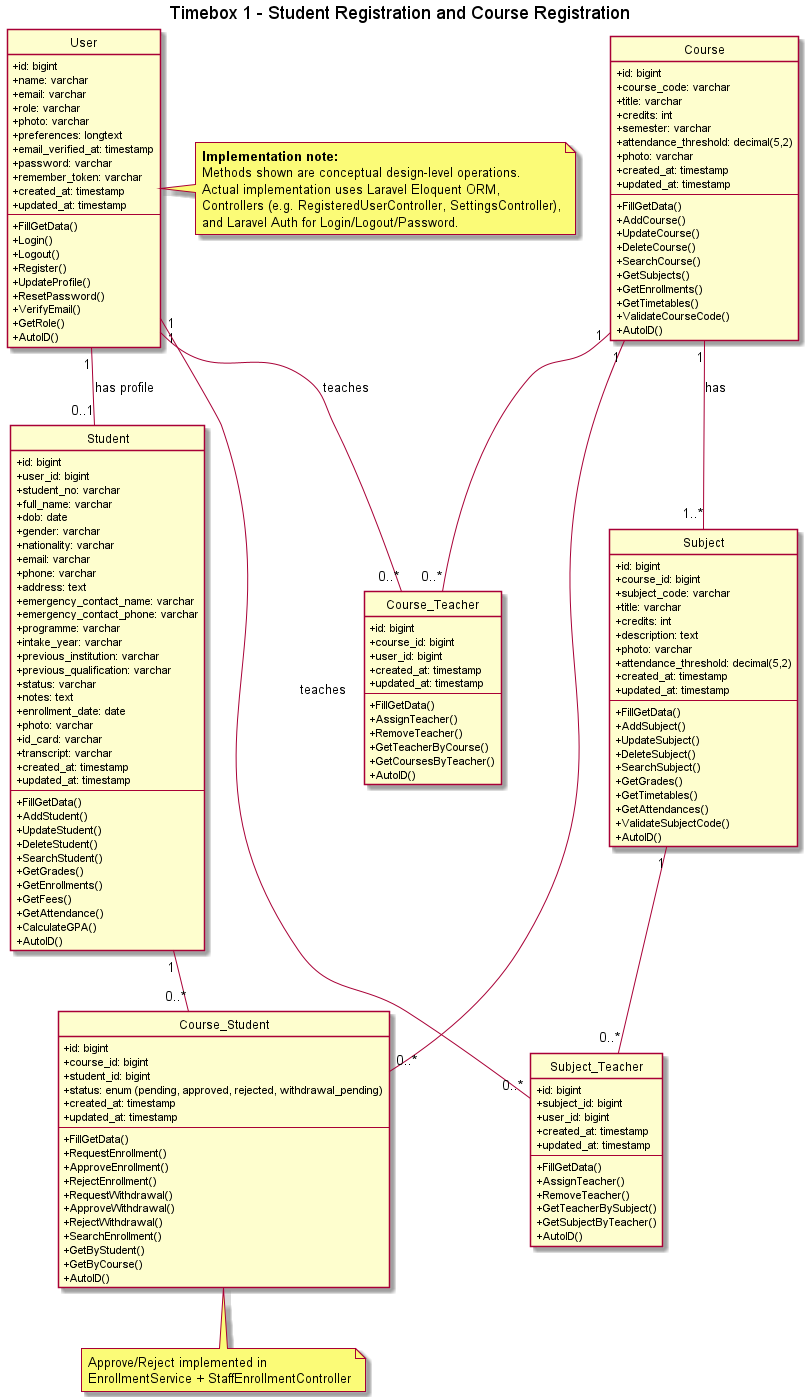
Above: out/class_diagram/Timebox1_Class/Timebox1_Class.png in KyawMyoHtay1/academic-portal (PlantUML), before the change.
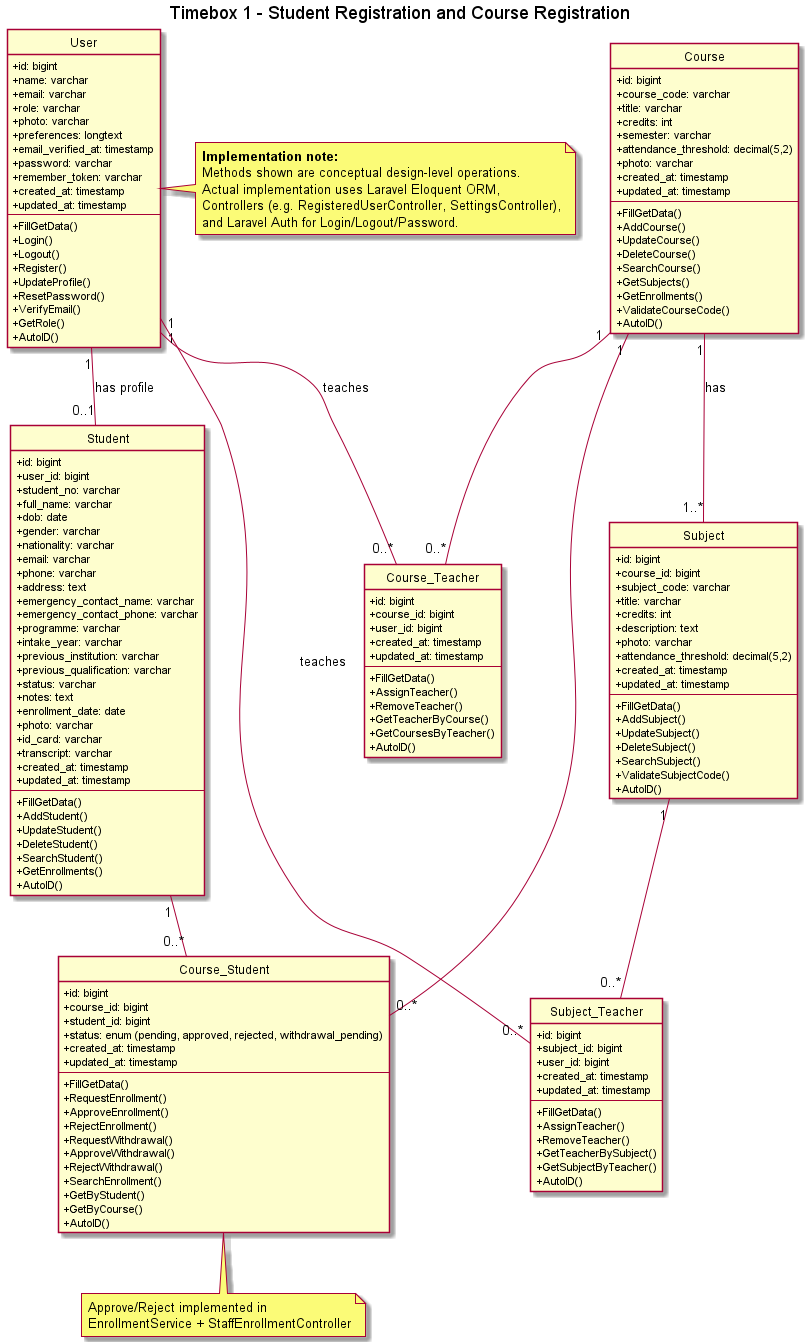
The same file after the commit.

What changed in the source:
```diff
@@ -66,11 +66,7 @@
   +UpdateStudent()
   +DeleteStudent()
   +SearchStudent()
-  +GetGrades()
   +GetEnrollments()
-  +GetFees()
-  +GetAttendance()
-  +CalculateGPA()
   +AutoID()
 }
 
@@ -92,7 +88,6 @@
   +SearchCourse()
   +GetSubjects()
   +GetEnrollments()
-  +GetTimetables()
   +ValidateCourseCode()
   +AutoID()
 }
@@ -114,9 +109,6 @@
   +UpdateSubject()
   +DeleteSubject()
   +SearchSubject()
-  +GetGrades()
-  +GetTimetables()
-  +GetAttendances()
   +ValidateSubjectCode()
   +AutoID()
 }
```
